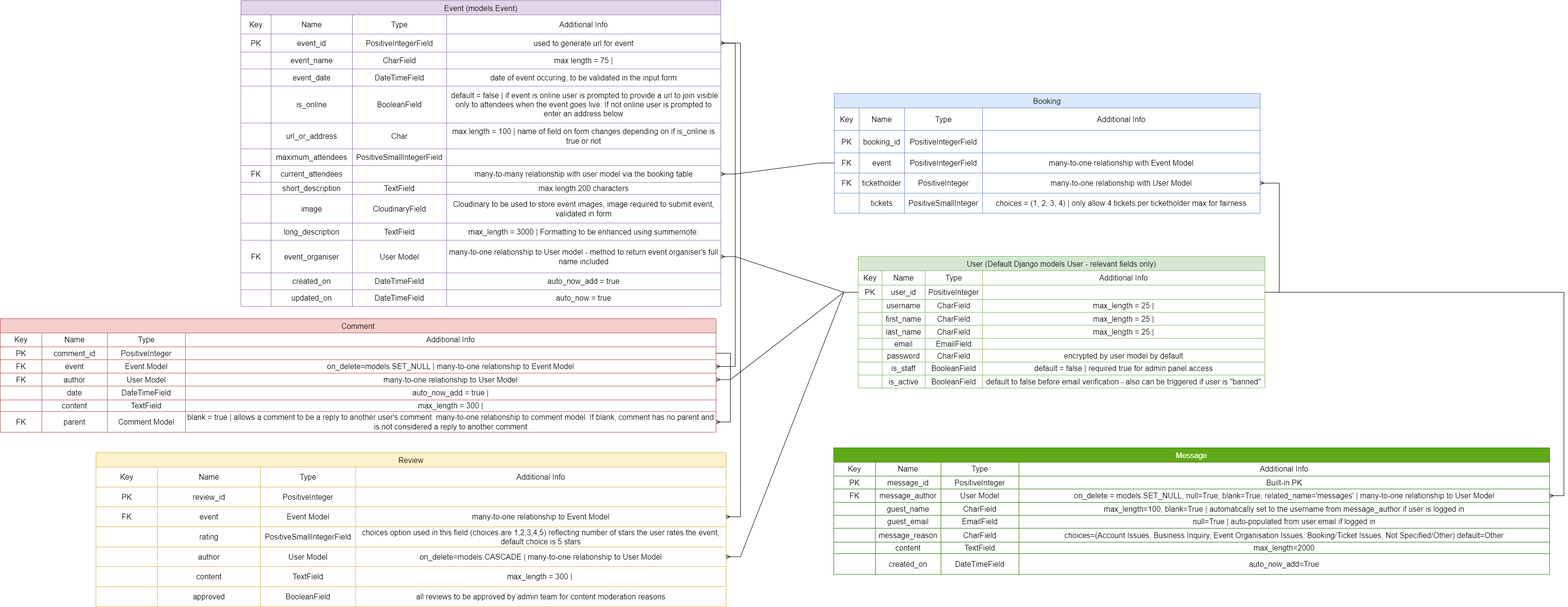
Before: documentation/diagrams/ourglass_model_erd.png, a diagram exported from draw.io (Morgana-S/ourglass). Source tidied: cells renumbered, new cells last; positions are measured from the earlier drawing's top-left corner, leaving out a move shared by most shapes.
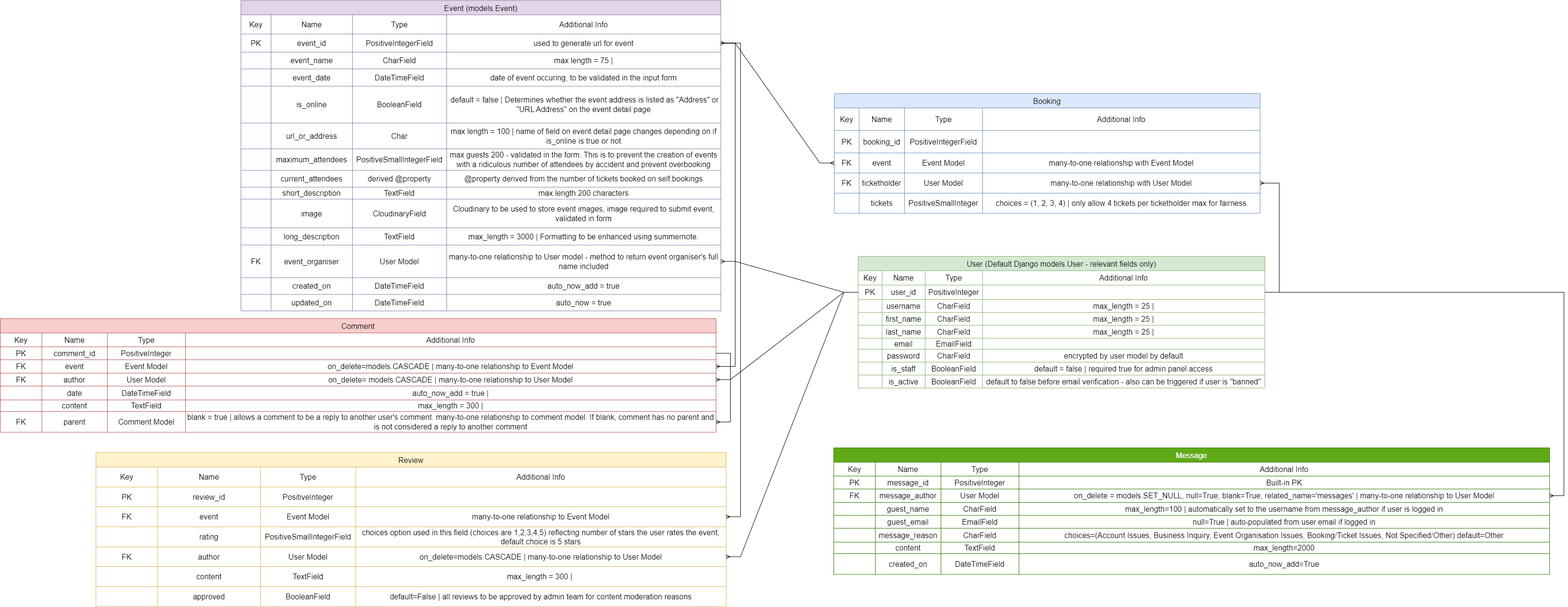
After the change.

Commit message:
Update ERD diagrams for accuracy

What changed in the source:
```diff
@@ -141,7 +141,7 @@
       <mxGeometry x="260" width="590" height="27" as="geometry" />
     </mxCell>
     <mxCell id="48" value="Event (models.Event)" style="shape=table;startSize=30;strokeColor=#9673a6;fontSize=16;fillColor=#e1d5e7;" parent="1" vertex="1">
-      <mxGeometry x="503" y="-0.5" width="1003" height="639" as="geometry" />
+      <mxGeometry x="503" y="-0.5" width="1003" height="648.5" as="geometry" />
     </mxCell>
     <mxCell id="49" style="shape=tableRow;horizontal=0;startSize=0;swimlaneHead=0;swimlaneBody=0;strokeColor=inherit;top=0;left=0;bottom=0;right=0;fillColor=none;fontSize=16;" parent="48" vertex="1">
       <mxGeometry y="30" width="1003" height="40" as="geometry" />
@@ -215,7 +215,7 @@
     <mxCell id="72" value="BooleanField" style="shape=partialRectangle;html=1;whiteSpace=wrap;strokeColor=inherit;overflow=hidden;fillColor=none;top=0;left=0;bottom=0;right=0;fontSize=16;" parent="69" vertex="1">
       <mxGeometry x="233" width="197" height="77" as="geometry" />
     </mxCell>
-    <mxCell id="73" value="&amp;nbsp;default = false | if event is online user is prompted to provide a url to join visible only to attendees when the event goes live. If not online user is prompted to enter an address below" style="shape=partialRectangle;html=1;whiteSpace=wrap;strokeColor=inherit;overflow=hidden;fillColor=none;top=0;left=0;bottom=0;right=0;fontSize=16;" parent="69" vertex="1">
+    <mxCell id="73" value="&amp;nbsp;default = false | Determines whether the event address is listed as &quot;Address&quot; or &quot;URL Address&quot; on the event detail page" style="shape=partialRectangle;html=1;whiteSpace=wrap;strokeColor=inherit;overflow=hidden;fillColor=none;top=0;left=0;bottom=0;right=0;fontSize=16;" parent="69" vertex="1">
       <mxGeometry x="430" width="573" height="77" as="geometry" />
     </mxCell>
     <mxCell id="74" style="shape=tableRow;horizontal=0;startSize=0;swimlaneHead=0;swimlaneBody=0;strokeColor=inherit;top=0;left=0;bottom=0;right=0;fillColor=none;fontSize=16;" parent="48" vertex="1">
@@ -230,41 +230,41 @@
     <mxCell id="77" value="Char" style="shape=partialRectangle;html=1;whiteSpace=wrap;strokeColor=inherit;overflow=hidden;fillColor=none;top=0;left=0;bottom=0;right=0;fontSize=16;" parent="74" vertex="1">
       <mxGeometry x="233" width="197" height="54" as="geometry" />
     </mxCell>
-    <mxCell id="78" value="max length = 100 | name of field on form changes depending on if is_online is true or not" style="shape=partialRectangle;html=1;whiteSpace=wrap;strokeColor=inherit;overflow=hidden;fillColor=none;top=0;left=0;bottom=0;right=0;fontSize=16;" parent="74" vertex="1">
+    <mxCell id="78" value="max length = 100 | name of field on event detail page changes depending on if is_online is true or not" style="shape=partialRectangle;html=1;whiteSpace=wrap;strokeColor=inherit;overflow=hidden;fillColor=none;top=0;left=0;bottom=0;right=0;fontSize=16;" parent="74" vertex="1">
       <mxGeometry x="430" width="573" height="54" as="geometry" />
     </mxCell>
     <mxCell id="79" style="shape=tableRow;horizontal=0;startSize=0;swimlaneHead=0;swimlaneBody=0;strokeColor=inherit;top=0;left=0;bottom=0;right=0;fillColor=none;fontSize=16;" parent="48" vertex="1">
-      <mxGeometry y="310" width="1003" height="35" as="geometry" />
+      <mxGeometry y="310" width="1003" height="45" as="geometry" />
     </mxCell>
     <mxCell id="80" style="shape=partialRectangle;html=1;whiteSpace=wrap;strokeColor=inherit;overflow=hidden;fillColor=none;top=0;left=0;bottom=0;right=0;fontSize=16;" parent="79" vertex="1">
-      <mxGeometry width="63" height="35" as="geometry" />
+      <mxGeometry width="63" height="45" as="geometry" />
     </mxCell>
     <mxCell id="81" value="maximum_attendees" style="shape=partialRectangle;html=1;whiteSpace=wrap;strokeColor=inherit;overflow=hidden;fillColor=none;top=0;left=0;bottom=0;right=0;fontSize=16;" parent="79" vertex="1">
-      <mxGeometry x="63" width="170" height="35" as="geometry" />
+      <mxGeometry x="63" width="170" height="45" as="geometry" />
     </mxCell>
     <mxCell id="82" value="PositiveSmallIntegerField" style="shape=partialRectangle;html=1;whiteSpace=wrap;strokeColor=inherit;overflow=hidden;fillColor=none;top=0;left=0;bottom=0;right=0;fontSize=16;" parent="79" vertex="1">
-      <mxGeometry x="233" width="197" height="35" as="geometry" />
+      <mxGeometry x="233" width="197" height="45" as="geometry" />
     </mxCell>
-    <mxCell id="83" style="shape=partialRectangle;html=1;whiteSpace=wrap;strokeColor=inherit;overflow=hidden;fillColor=none;top=0;left=0;bottom=0;right=0;fontSize=16;" parent="79" vertex="1">
-      <mxGeometry x="430" width="573" height="35" as="geometry" />
+    <mxCell id="83" value="max guests 200 - validated in the form. This is to prevent the creation of events with a ridiculous number of attendees by accident and prevent overbooking" style="shape=partialRectangle;html=1;whiteSpace=wrap;strokeColor=inherit;overflow=hidden;fillColor=none;top=0;left=0;bottom=0;right=0;fontSize=16;" parent="79" vertex="1">
+      <mxGeometry x="430" width="573" height="45" as="geometry" />
     </mxCell>
     <mxCell id="84" style="shape=tableRow;horizontal=0;startSize=0;swimlaneHead=0;swimlaneBody=0;strokeColor=inherit;top=0;left=0;bottom=0;right=0;fillColor=none;points=[[0,0.5],[1,0.5]];portConstraint=eastwest;fontSize=16;" parent="48" vertex="1">
-      <mxGeometry y="345" width="1003" height="35" as="geometry" />
+      <mxGeometry y="355" width="1003" height="35" as="geometry" />
     </mxCell>
-    <mxCell id="85" value="FK" style="shape=partialRectangle;html=1;whiteSpace=wrap;strokeColor=inherit;overflow=hidden;fillColor=none;top=0;left=0;bottom=0;right=0;fontSize=16;" parent="84" vertex="1">
+    <mxCell id="85" style="shape=partialRectangle;html=1;whiteSpace=wrap;strokeColor=inherit;overflow=hidden;fillColor=none;top=0;left=0;bottom=0;right=0;fontSize=16;" parent="84" vertex="1">
       <mxGeometry width="63" height="35" as="geometry" />
     </mxCell>
     <mxCell id="86" value="current_attendees" style="shape=partialRectangle;html=1;whiteSpace=wrap;strokeColor=inherit;overflow=hidden;fillColor=none;top=0;left=0;bottom=0;right=0;fontSize=16;" parent="84" vertex="1">
       <mxGeometry x="63" width="170" height="35" as="geometry" />
     </mxCell>
-    <mxCell id="87" style="shape=partialRectangle;html=1;whiteSpace=wrap;strokeColor=inherit;overflow=hidden;fillColor=none;top=0;left=0;bottom=0;right=0;fontSize=16;" parent="84" vertex="1">
+    <mxCell id="87" value="derived @property" style="shape=partialRectangle;html=1;whiteSpace=wrap;strokeColor=inherit;overflow=hidden;fillColor=none;top=0;left=0;bottom=0;right=0;fontSize=16;" parent="84" vertex="1">
       <mxGeometry x="233" width="197" height="35" as="geometry" />
     </mxCell>
-    <mxCell id="88" value="many-to-many relationship with user model via the booking table" style="shape=partialRectangle;html=1;whiteSpace=wrap;strokeColor=inherit;overflow=hidden;fillColor=none;top=0;left=0;bottom=0;right=0;fontSize=16;" parent="84" vertex="1">
+    <mxCell id="88" value="@property derived from the number of tickets booked on self.bookings" style="shape=partialRectangle;html=1;whiteSpace=wrap;strokeColor=inherit;overflow=hidden;fillColor=none;top=0;left=0;bottom=0;right=0;fontSize=16;" parent="84" vertex="1">
       <mxGeometry x="430" width="573" height="35" as="geometry" />
     </mxCell>
     <mxCell id="89" style="shape=tableRow;horizontal=0;startSize=0;swimlaneHead=0;swimlaneBody=0;strokeColor=inherit;top=0;left=0;bottom=0;right=0;fillColor=none;fontSize=16;" parent="48" vertex="1">
-      <mxGeometry y="380" width="1003" height="25" as="geometry" />
+      <mxGeometry y="390" width="1003" height="25" as="geometry" />
     </mxCell>
     <mxCell id="90" style="shape=partialRectangle;html=1;whiteSpace=wrap;strokeColor=inherit;overflow=hidden;fillColor=none;top=0;left=0;bottom=0;right=0;fontSize=16;" parent="89" vertex="1">
       <mxGeometry width="63" height="25" as="geometry" />
@@ -279,7 +279,7 @@
       <mxGeometry x="430" width="573" height="25" as="geometry" />
     </mxCell>
     <mxCell id="94" style="shape=tableRow;horizontal=0;startSize=0;swimlaneHead=0;swimlaneBody=0;strokeColor=inherit;top=0;left=0;bottom=0;right=0;fillColor=none;fontSize=16;" parent="48" vertex="1">
-      <mxGeometry y="405" width="1003" height="60" as="geometry" />
+      <mxGeometry y="415" width="1003" height="60" as="geometry" />
     </mxCell>
     <mxCell id="95" style="shape=partialRectangle;html=1;whiteSpace=wrap;strokeColor=inherit;overflow=hidden;fillColor=none;top=0;left=0;bottom=0;right=0;fontSize=16;" parent="94" vertex="1">
       <mxGeometry width="63" height="60" as="geometry" />
@@ -294,7 +294,7 @@
       <mxGeometry x="430" width="573" height="60" as="geometry" />
     </mxCell>
     <mxCell id="99" style="shape=tableRow;horizontal=0;startSize=0;swimlaneHead=0;swimlaneBody=0;strokeColor=inherit;top=0;left=0;bottom=0;right=0;fillColor=none;fontSize=16;" parent="48" vertex="1">
-      <mxGeometry y="465" width="1003" height="36" as="geometry" />
+      <mxGeometry y="475" width="1003" height="36" as="geometry" />
     </mxCell>
     <mxCell id="100" style="shape=partialRectangle;html=1;whiteSpace=wrap;strokeColor=inherit;overflow=hidden;fillColor=none;top=0;left=0;bottom=0;right=0;fontSize=16;" parent="99" vertex="1">
       <mxGeometry width="63" height="36" as="geometry" />
@@ -309,7 +309,7 @@
       <mxGeometry x="430" width="573" height="36" as="geometry" />
     </mxCell>
     <mxCell id="104" style="shape=tableRow;horizontal=0;startSize=0;swimlaneHead=0;swimlaneBody=0;strokeColor=inherit;top=0;left=0;bottom=0;right=0;fillColor=none;points=[[0,0.5],[1,0.5]];portConstraint=eastwest;fontSize=16;" parent="48" vertex="1">
-      <mxGeometry y="501" width="1003" height="68" as="geometry" />
+      <mxGeometry y="511" width="1003" height="68" as="geometry" />
     </mxCell>
     <mxCell id="105" value="FK" style="shape=partialRectangle;html=1;whiteSpace=wrap;strokeColor=inherit;overflow=hidden;fillColor=none;top=0;left=0;bottom=0;right=0;fontSize=16;" parent="104" vertex="1">
       <mxGeometry width="63" height="68" as="geometry" />
@@ -324,7 +324,7 @@
       <mxGeometry x="430" width="573" height="68" as="geometry" />
     </mxCell>
     <mxCell id="109" style="shape=tableRow;horizontal=0;startSize=0;swimlaneHead=0;swimlaneBody=0;strokeColor=inherit;top=0;left=0;bottom=0;right=0;fillColor=none;fontSize=16;" parent="48" vertex="1">
-      <mxGeometry y="569" width="1003" height="35" as="geometry" />
+      <mxGeometry y="579" width="1003" height="35" as="geometry" />
     </mxCell>
     <mxCell id="110" style="shape=partialRectangle;html=1;whiteSpace=wrap;strokeColor=inherit;overflow=hidden;fillColor=none;top=0;left=0;bottom=0;right=0;fontSize=16;" parent="109" vertex="1">
       <mxGeometry width="63" height="35" as="geometry" />
@@ -339,7 +339,7 @@
       <mxGeometry x="430" width="573" height="35" as="geometry" />
     </mxCell>
     <mxCell id="114" style="shape=tableRow;horizontal=0;startSize=0;swimlaneHead=0;swimlaneBody=0;strokeColor=inherit;top=0;left=0;bottom=0;right=0;fillColor=none;fontSize=16;" parent="48" vertex="1">
-      <mxGeometry y="604" width="1003" height="35" as="geometry" />
+      <mxGeometry y="614" width="1003" height="35" as="geometry" />
     </mxCell>
     <mxCell id="115" style="shape=partialRectangle;html=1;whiteSpace=wrap;strokeColor=inherit;overflow=hidden;fillColor=none;top=0;left=0;bottom=0;right=0;fontSize=16;" parent="114" vertex="1">
       <mxGeometry width="63" height="35" as="geometry" />
@@ -401,7 +401,7 @@
     <mxCell id="134" value="Event Model" style="shape=partialRectangle;html=1;whiteSpace=wrap;strokeColor=inherit;overflow=hidden;fillColor=none;top=0;left=0;bottom=0;right=0;fontSize=16;" parent="131" vertex="1">
       <mxGeometry x="224" width="163" height="28" as="geometry" />
     </mxCell>
-    <mxCell id="135" value="on_delete=models.SET_NULL | many-to-one relationship to Event Model" style="shape=partialRectangle;html=1;whiteSpace=wrap;strokeColor=inherit;overflow=hidden;fillColor=none;top=0;left=0;bottom=0;right=0;fontSize=16;" parent="131" vertex="1">
+    <mxCell id="135" value="on_delete=models.CASCADE | many-to-one relationship to Event Model" style="shape=partialRectangle;html=1;whiteSpace=wrap;strokeColor=inherit;overflow=hidden;fillColor=none;top=0;left=0;bottom=0;right=0;fontSize=16;" parent="131" vertex="1">
       <mxGeometry x="387" width="1109" height="28" as="geometry" />
     </mxCell>
     <mxCell id="136" style="shape=tableRow;horizontal=0;startSize=0;swimlaneHead=0;swimlaneBody=0;strokeColor=inherit;top=0;left=0;bottom=0;right=0;fillColor=none;points=[[0,0.5],[1,0.5]];portConstraint=eastwest;fontSize=16;" parent="120" vertex="1">
@@ -416,7 +416,7 @@
     <mxCell id="139" value="User Model" style="shape=partialRectangle;html=1;whiteSpace=wrap;strokeColor=inherit;overflow=hidden;fillColor=none;top=0;left=0;bottom=0;right=0;fontSize=16;" parent="136" vertex="1">
       <mxGeometry x="224" width="163" height="27" as="geometry" />
     </mxCell>
-    <mxCell id="140" value="many-to-one relationship to User Model" style="shape=partialRectangle;html=1;whiteSpace=wrap;strokeColor=inherit;overflow=hidden;fillColor=none;top=0;left=0;bottom=0;right=0;fontSize=16;" parent="136" vertex="1">
+    <mxCell id="140" value="on_delete= models.CASCADE | many-to-one relationship to User Model" style="shape=partialRectangle;html=1;whiteSpace=wrap;strokeColor=inherit;overflow=hidden;fillColor=none;top=0;left=0;bottom=0;right=0;fontSize=16;" parent="136" vertex="1">
       <mxGeometry x="387" width="1109" height="27" as="geometry" />
     </mxCell>
     <mxCell id="141" style="shape=tableRow;horizontal=0;startSize=0;swimlaneHead=0;swimlaneBody=0;strokeColor=inherit;top=0;left=0;bottom=0;right=0;fillColor=none;fontSize=16;" parent="120" vertex="1">
@@ -533,7 +533,7 @@
     <mxCell id="178" style="shape=tableRow;horizontal=0;startSize=0;swimlaneHead=0;swimlaneBody=0;strokeColor=inherit;top=0;left=0;bottom=0;right=0;fillColor=none;points=[[0,0.5],[1,0.5]];portConstraint=eastwest;fontSize=16;" parent="157" vertex="1">
       <mxGeometry y="197" width="1317" height="41" as="geometry" />
     </mxCell>
-    <mxCell id="179" style="shape=partialRectangle;html=1;whiteSpace=wrap;strokeColor=inherit;overflow=hidden;fillColor=none;top=0;left=0;bottom=0;right=0;fontSize=16;" parent="178" vertex="1">
+    <mxCell id="179" value="FK" style="shape=partialRectangle;html=1;whiteSpace=wrap;strokeColor=inherit;overflow=hidden;fillColor=none;top=0;left=0;bottom=0;right=0;fontSize=16;" parent="178" vertex="1">
       <mxGeometry width="129" height="41" as="geometry" />
     </mxCell>
     <mxCell id="180" value="author" style="shape=partialRectangle;html=1;whiteSpace=wrap;strokeColor=inherit;overflow=hidden;fillColor=none;top=0;left=0;bottom=0;right=0;fontSize=16;" parent="178" vertex="1">
@@ -572,7 +572,7 @@
     <mxCell id="191" value="BooleanField" style="shape=partialRectangle;html=1;whiteSpace=wrap;strokeColor=inherit;overflow=hidden;fillColor=none;top=0;left=0;bottom=0;right=0;fontSize=16;" parent="188" vertex="1">
       <mxGeometry x="344" width="199" height="42" as="geometry" />
     </mxCell>
-    <mxCell id="192" value="all reviews to be approved by admin team for content moderation reasons" style="shape=partialRectangle;html=1;whiteSpace=wrap;strokeColor=inherit;overflow=hidden;fillColor=none;top=0;left=0;bottom=0;right=0;fontSize=16;" parent="188" vertex="1">
+    <mxCell id="192" value="default=False | all reviews to be approved by admin team for content moderation reasons" style="shape=partialRectangle;html=1;whiteSpace=wrap;strokeColor=inherit;overflow=hidden;fillColor=none;top=0;left=0;bottom=0;right=0;fontSize=16;" parent="188" vertex="1">
       <mxGeometry x="543" width="774" height="42" as="geometry" />
     </mxCell>
     <mxCell id="193" value="Booking" style="shape=table;startSize=30;strokeColor=#6c8ebf;fontSize=16;fillColor=#dae8fc;" parent="1" vertex="1">
@@ -617,7 +617,7 @@
     <mxCell id="206" value="event" style="shape=partialRectangle;html=1;whiteSpace=wrap;strokeColor=inherit;overflow=hidden;fillColor=none;top=0;left=0;bottom=0;right=0;fontSize=16;" parent="204" vertex="1">
       <mxGeometry x="52" width="95" height="42" as="geometry" />
     </mxCell>
-    <mxCell id="207" value="PositiveIntegerField" style="shape=partialRectangle;html=1;whiteSpace=wrap;strokeColor=inherit;overflow=hidden;fillColor=none;top=0;left=0;bottom=0;right=0;fontSize=16;" parent="204" vertex="1">
+    <mxCell id="207" value="Event Model" style="shape=partialRectangle;html=1;whiteSpace=wrap;strokeColor=inherit;overflow=hidden;fillColor=none;top=0;left=0;bottom=0;right=0;fontSize=16;" parent="204" vertex="1">
       <mxGeometry x="147" width="163" height="42" as="geometry" />
     </mxCell>
     <mxCell id="208" value="many-to-one relationship with Event Model" style="shape=partialRectangle;html=1;whiteSpace=wrap;strokeColor=inherit;overflow=hidden;fillColor=none;top=0;left=0;bottom=0;right=0;fontSize=16;" parent="204" vertex="1">
@@ -632,7 +632,7 @@
     <mxCell id="211" value="ticketholder" style="shape=partialRectangle;html=1;whiteSpace=wrap;strokeColor=inherit;overflow=hidden;fillColor=none;top=0;left=0;bottom=0;right=0;fontSize=16;" parent="209" vertex="1">
       <mxGeometry x="52" width="95" height="42" as="geometry" />
     </mxCell>
-    <mxCell id="212" value="PositiveInteger" style="shape=partialRectangle;html=1;whiteSpace=wrap;strokeColor=inherit;overflow=hidden;fillColor=none;top=0;left=0;bottom=0;right=0;fontSize=16;" parent="209" vertex="1">
+    <mxCell id="212" value="User Model" style="shape=partialRectangle;html=1;whiteSpace=wrap;strokeColor=inherit;overflow=hidden;fillColor=none;top=0;left=0;bottom=0;right=0;fontSize=16;" parent="209" vertex="1">
       <mxGeometry x="147" width="163" height="42" as="geometry" />
     </mxCell>
     <mxCell id="213" value="many-to-one relationship with User Model" style="shape=partialRectangle;html=1;whiteSpace=wrap;strokeColor=inherit;overflow=hidden;fillColor=none;top=0;left=0;bottom=0;right=0;fontSize=16;" parent="209" vertex="1">
@@ -668,9 +668,6 @@
     <mxCell id="223" style="edgeStyle=entityRelationEdgeStyle;fontSize=12;html=1;endArrow=ERmany;rounded=0;exitX=0;exitY=0.5;exitDx=0;exitDy=0;" parent="1" edge="1" source="8" target="178">
       <mxGeometry relative="1" as="geometry" />
     </mxCell>
-    <mxCell id="224" style="edgeStyle=entityRelationEdgeStyle;fontSize=12;html=1;endArrow=ERmany;rounded=0;entryX=1;entryY=0.5;entryDx=0;entryDy=0;exitX=0;exitY=0.5;exitDx=0;exitDy=0;" parent="1" edge="1" source="204" target="84">
-      <mxGeometry relative="1" as="geometry" />
-    </mxCell>
     <mxCell id="225" style="edgeStyle=entityRelationEdgeStyle;fontSize=12;html=1;endArrow=ERmany;rounded=0;entryX=1;entryY=0.5;entryDx=0;entryDy=0;" parent="1" edge="1" source="8" target="209">
       <mxGeometry relative="1" as="geometry" />
     </mxCell>
@@ -734,7 +731,7 @@
     <mxCell id="245" value="CharField" style="shape=partialRectangle;html=1;whiteSpace=wrap;strokeColor=inherit;overflow=hidden;fillColor=none;top=0;left=0;bottom=0;right=0;fontSize=16;" parent="242" vertex="1">
       <mxGeometry x="224" width="163" height="27" as="geometry" />
     </mxCell>
-    <mxCell id="246" value="max_length=100, blank=True | automatically set to the username from message_author if user is logged in" style="shape=partialRectangle;html=1;whiteSpace=wrap;strokeColor=inherit;overflow=hidden;fillColor=none;top=0;left=0;bottom=0;right=0;fontSize=16;" parent="242" vertex="1">
+    <mxCell id="246" value="max_length=100 | automatically set to the username from message_author if user is logged in" style="shape=partialRectangle;html=1;whiteSpace=wrap;strokeColor=inherit;overflow=hidden;fillColor=none;top=0;left=0;bottom=0;right=0;fontSize=16;" parent="242" vertex="1">
       <mxGeometry x="387" width="1109" height="27" as="geometry" />
     </mxCell>
     <mxCell id="247" style="shape=tableRow;horizontal=0;startSize=0;swimlaneHead=0;swimlaneBody=0;strokeColor=inherit;top=0;left=0;bottom=0;right=0;fillColor=none;fontSize=16;" parent="226" vertex="1">
@@ -805,5 +802,8 @@
         </Array>
       </mxGeometry>
     </mxCell>
+    <mxCell id="268" style="edgeStyle=entityRelationEdgeStyle;fontSize=12;html=1;endArrow=ERmany;rounded=0;" parent="1" edge="1" source="54" target="204">
+      <mxGeometry relative="1" as="geometry" />
+    </mxCell>
   </root>
 </mxGraphModel>
```
